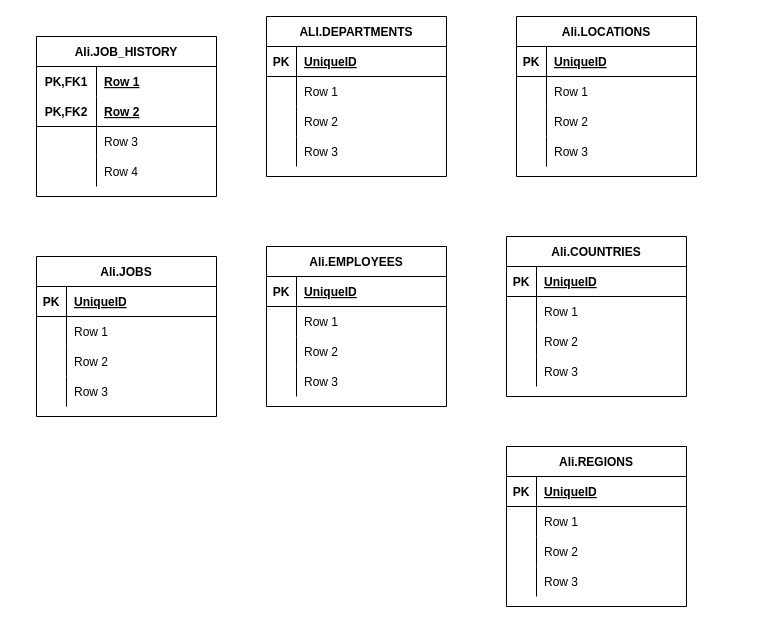
This is ERDAssignment.drawio from Aliraza1002/Draw.io, a draw.io file, before an edit. Source tidied: cells renumbered, new cells numbered last; positions are measured from the earlier drawing's top-left corner, leaving out a move shared by most shapes. Both pictures are drawn from the tidied source at 100%, with x=0, y=0 at pixel (36, 16).
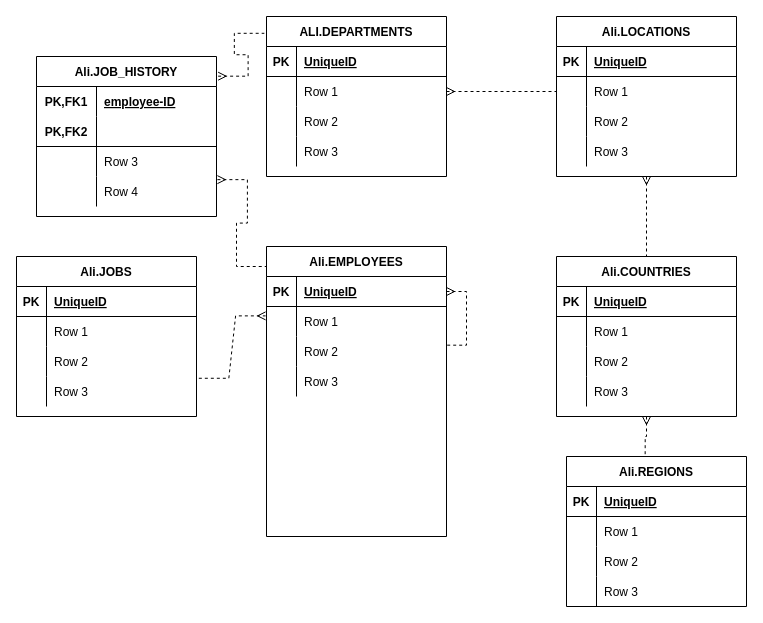
The same diagram, later.

Unchanged cells that the change refers to:
```xml
<mxCell id="9" style="shape=partialRectangle;fillColor=none;top=0;left=0;bottom=0;right=0;points=[[0,0.5],[1,0.5]];portConstraint=eastwest;" parent="2" vertex="1">
  <mxGeometry y="90" width="180" height="30" as="geometry" />
</mxCell>
<mxCell id="16" style="shape=partialRectangle;fillColor=none;top=0;left=0;bottom=0;right=0;" parent="15" vertex="1">
  <mxGeometry y="30" width="180" height="30" as="geometry" />
</mxCell>
<mxCell id="19" style="shape=partialRectangle;fillColor=none;top=0;left=0;bottom=1;right=0;" parent="15" vertex="1">
  <mxGeometry y="60" width="180" height="30" as="geometry" />
</mxCell>
<mxCell id="25" style="shape=partialRectangle;fillColor=none;top=0;left=0;bottom=0;right=0;points=[[0,0.5],[1,0.5]];portConstraint=eastwest;" parent="15" vertex="1">
  <mxGeometry y="120" width="180" height="30" as="geometry" />
</mxCell>
<mxCell id="28" value="ALI.DEPARTMENTS" style="shape=table;startSize=30;childLayout=tableLayout;rowLines=0;fontStyle=1;align=center;" parent="1" vertex="1">
  <mxGeometry x="230" width="180" height="160" as="geometry" />
</mxCell>
<mxCell id="32" style="shape=partialRectangle;fillColor=none;top=0;left=0;bottom=0;right=0;points=[[0,0.5],[1,0.5]];portConstraint=eastwest;" parent="28" vertex="1">
  <mxGeometry y="60" width="180" height="30" as="geometry" />
</mxCell>
<mxCell id="45" style="shape=partialRectangle;fillColor=none;top=0;left=0;bottom=0;right=0;points=[[0,0.5],[1,0.5]];portConstraint=eastwest;" parent="41" vertex="1">
  <mxGeometry y="60" width="180" height="30" as="geometry" />
</mxCell>
<mxCell id="55" style="shape=partialRectangle;fillColor=none;top=0;left=0;bottom=1;right=0;points=[[0,0.5],[1,0.5]];portConstraint=eastwest;" parent="54" vertex="1">
  <mxGeometry y="30" width="180" height="30" as="geometry" />
</mxCell>
<mxCell id="58" style="shape=partialRectangle;fillColor=none;top=0;left=0;bottom=0;right=0;points=[[0,0.5],[1,0.5]];portConstraint=eastwest;" parent="54" vertex="1">
  <mxGeometry y="60" width="180" height="30" as="geometry" />
</mxCell>
<mxCell id="61" style="shape=partialRectangle;fillColor=none;top=0;left=0;bottom=0;right=0;points=[[0,0.5],[1,0.5]];portConstraint=eastwest;" parent="54" vertex="1">
  <mxGeometry y="90" width="180" height="30" as="geometry" />
</mxCell>
```

Diff of the diagram source:
```diff
@@
     <mxCell id="2" value="Ali.JOBS" style="shape=table;startSize=30;childLayout=tableLayout;rowLines=0;fontStyle=1;align=center;" parent="1" vertex="1">
-      <mxGeometry y="240" width="180" height="160" as="geometry" />
+      <mxGeometry x="-20" y="240" width="180" height="160" as="geometry" />
     </mxCell>
@@
     <mxCell id="15" value="Ali.JOB_HISTORY" style="shape=table;startSize=30;childLayout=tableLayout;rowLines=0;fontStyle=1;align=center;" parent="1" vertex="1">
-      <mxGeometry y="20" width="180" height="160" as="geometry" />
+      <mxGeometry y="40" width="180" height="160" as="geometry" />
     </mxCell>
@@
-    <mxCell id="18" value="Row 1" style="shape=partialRectangle;fillColor=none;top=0;left=0;bottom=0;right=0;align=left;spacingLeft=6;fontStyle=5;overflow=hidden;" parent="16" vertex="1">
+    <mxCell id="18" value="employee-ID" style="shape=partialRectangle;fillColor=none;top=0;left=0;bottom=0;right=0;align=left;spacingLeft=6;fontStyle=5;overflow=hidden;" parent="16" vertex="1">
       <mxGeometry x="60" width="120" height="30" as="geometry" />
     </mxCell>
@@
-    <mxCell id="21" value="Row 2" style="shape=partialRectangle;fillColor=none;top=0;left=0;bottom=0;right=0;align=left;spacingLeft=6;fontStyle=5;overflow=hidden;" parent="19" vertex="1">
+    <mxCell id="21" style="shape=partialRectangle;fillColor=none;top=0;left=0;bottom=0;right=0;align=left;spacingLeft=6;fontStyle=5;overflow=hidden;" parent="19" vertex="1">
       <mxGeometry x="60" width="120" height="30" as="geometry" />
     </mxCell>
@@
+    <mxCell id="93" style="edgeStyle=orthogonalEdgeStyle;rounded=0;jettySize=auto;html=1;exitX=0.5;exitY=1;exitDx=0;exitDy=0;entryX=0.5;entryY=0;entryDx=0;entryDy=0;dashed=1;startArrow=ERmany;startFill=0;endArrow=none;endFill=0;" parent="1" edge="1" source="41" target="67">
+      <mxGeometry relative="1" as="geometry" />
+    </mxCell>
     <mxCell id="41" value="Ali.LOCATIONS" style="shape=table;startSize=30;childLayout=tableLayout;rowLines=0;fontStyle=1;align=center;" parent="1" vertex="1">
-      <mxGeometry x="480" width="180" height="160" as="geometry" />
+      <mxGeometry x="520" width="180" height="160" as="geometry" />
     </mxCell>
@@
     <mxCell id="54" value="Ali.EMPLOYEES" style="shape=table;startSize=30;childLayout=tableLayout;rowLines=0;fontStyle=1;align=center;" parent="1" vertex="1">
-      <mxGeometry x="230" y="230" width="180" height="160" as="geometry" />
+      <mxGeometry x="230" y="230" width="180" height="290" as="geometry" />
     </mxCell>
+    <mxCell id="94" style="edgeStyle=orthogonalEdgeStyle;rounded=0;jettySize=auto;html=1;exitX=1;exitY=0.5;exitDx=0;exitDy=0;entryX=1.002;entryY=0.289;entryDx=0;entryDy=0;entryPerimeter=0;dashed=1;startArrow=ERmany;startFill=0;endArrow=none;endFill=0;" parent="54" edge="1" source="55" target="61">
+      <mxGeometry relative="1" as="geometry" />
+    </mxCell>
@@
+    <mxCell id="95" style="edgeStyle=orthogonalEdgeStyle;rounded=0;jettySize=auto;html=1;exitX=0.5;exitY=1;exitDx=0;exitDy=0;entryX=0.437;entryY=0;entryDx=0;entryDy=0;entryPerimeter=0;dashed=1;startArrow=ERmany;startFill=0;endArrow=none;endFill=0;" parent="1" edge="1" source="67" target="80">
+      <mxGeometry relative="1" as="geometry" />
+    </mxCell>
     <mxCell id="67" value="Ali.COUNTRIES" style="shape=table;startSize=30;childLayout=tableLayout;rowLines=0;fontStyle=1;align=center;" parent="1" vertex="1">
-      <mxGeometry x="470" y="220" width="180" height="160" as="geometry" />
+      <mxGeometry x="520" y="240" width="180" height="160" as="geometry" />
     </mxCell>
@@
     <mxCell id="80" value="Ali.REGIONS" style="shape=table;startSize=30;childLayout=tableLayout;rowLines=0;fontStyle=1;align=center;" parent="1" vertex="1">
-      <mxGeometry x="470" y="430" width="180" height="160" as="geometry" />
+      <mxGeometry x="530" y="440" width="180" height="150" as="geometry" />
     </mxCell>
@@
+    <mxCell id="96" style="edgeStyle=entityRelationEdgeStyle;fontSize=12;html=1;endArrow=ERmany;rounded=0;dashed=1;exitX=1.013;exitY=1.059;exitDx=0;exitDy=0;exitPerimeter=0;entryX=-0.005;entryY=0.313;entryDx=0;entryDy=0;entryPerimeter=0;" parent="1" edge="1" source="9" target="58">
+      <mxGeometry relative="1" as="geometry" />
+    </mxCell>
+    <mxCell id="97" style="edgeStyle=entityRelationEdgeStyle;fontSize=12;html=1;endArrow=none;rounded=0;strokeColor=none;startArrow=ERmany;startFill=0;endFill=0;" parent="1" edge="1">
+      <mxGeometry relative="1" as="geometry">
+        <mxPoint x="190" y="250" as="sourcePoint" />
+        <mxPoint x="170" y="220" as="targetPoint" />
+      </mxGeometry>
+    </mxCell>
+    <mxCell id="98" style="edgeStyle=entityRelationEdgeStyle;fontSize=12;html=1;endArrow=none;rounded=0;startArrow=ERmany;startFill=0;endFill=0;entryX=0;entryY=0.069;entryDx=0;entryDy=0;entryPerimeter=0;dashed=1;exitX=1.005;exitY=0.105;exitDx=0;exitDy=0;exitPerimeter=0;" parent="1" edge="1" source="25" target="54">
+      <mxGeometry relative="1" as="geometry" />
+    </mxCell>
+    <mxCell id="99" style="edgeStyle=entityRelationEdgeStyle;fontSize=12;html=1;endArrow=none;rounded=0;dashed=1;endFill=0;startArrow=ERmany;startFill=0;entryX=-0.012;entryY=0.105;entryDx=0;entryDy=0;entryPerimeter=0;exitX=1.009;exitY=0.123;exitDx=0;exitDy=0;exitPerimeter=0;" parent="1" edge="1" source="15" target="28">
+      <mxGeometry relative="1" as="geometry" />
+    </mxCell>
+    <mxCell id="100" style="edgeStyle=orthogonalEdgeStyle;rounded=0;jettySize=auto;html=1;exitX=1;exitY=0.5;exitDx=0;exitDy=0;entryX=0;entryY=0.5;entryDx=0;entryDy=0;dashed=1;startArrow=ERmany;startFill=0;endArrow=none;endFill=0;" parent="1" edge="1" source="32" target="45">
+      <mxGeometry relative="1" as="geometry" />
+    </mxCell>
```
